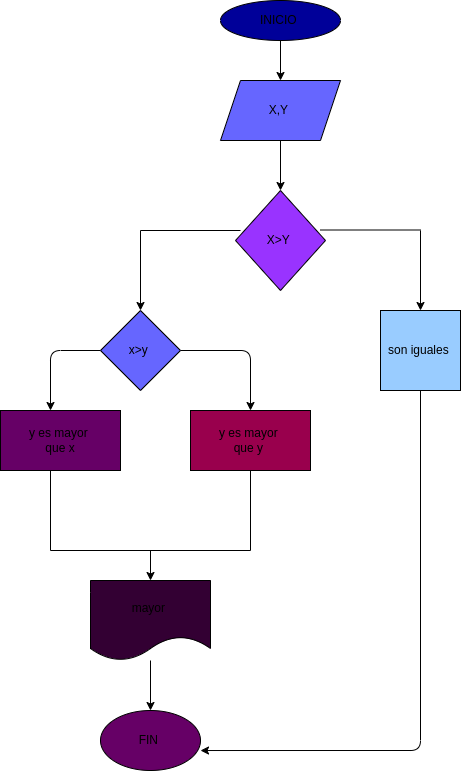
The draw.io diagram diagrama.png in rubycarolinapimiento/mayor_2enteros-, before a commit. Source tidied: cells renumbered, new cells last; positions are measured from the earlier drawing's top-left corner, leaving out a move shared by most shapes.
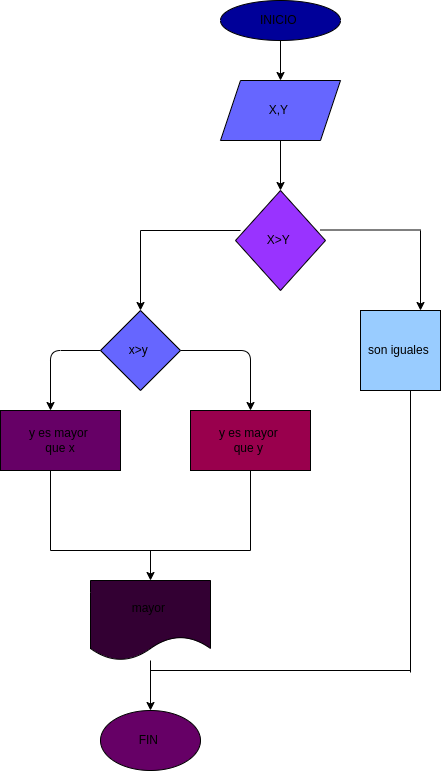
Above is the later version.

Commit message:
se agregan los cambios

Diff of the diagram source:
```diff
@@ -69,15 +69,8 @@
     <mxCell id="16" value="x&amp;gt;y&amp;nbsp;" style="rhombus;whiteSpace=wrap;html=1;fillColor=#6666FF;" parent="1" vertex="1">
       <mxGeometry x="100" y="310" width="80" height="80" as="geometry" />
     </mxCell>
-    <mxCell id="17" style="edgeStyle=none;html=1;entryX=1;entryY=0.667;entryDx=0;entryDy=0;entryPerimeter=0;" parent="1" edge="1" source="18" target="13">
-      <mxGeometry relative="1" as="geometry">
-        <Array as="points">
-          <mxPoint x="420" y="750" />
-        </Array>
-      </mxGeometry>
-    </mxCell>
     <mxCell id="18" value="son iguales&amp;nbsp;" style="whiteSpace=wrap;html=1;fillColor=#99CCFF;" parent="1" vertex="1">
-      <mxGeometry x="380" y="310" width="80" height="80" as="geometry" />
+      <mxGeometry x="360" y="310" width="80" height="80" as="geometry" />
     </mxCell>
     <mxCell id="19" value="y es mayor&amp;nbsp;&lt;br&gt;que y&amp;nbsp;" style="rounded=0;whiteSpace=wrap;html=1;fillColor=#99004D;" parent="1" vertex="1">
       <mxGeometry x="190" y="410" width="120" height="60" as="geometry" />
@@ -91,5 +84,17 @@
     <mxCell id="22" style="shape=partialRectangle;whiteSpace=wrap;html=1;bottom=1;right=1;left=1;top=0;fillColor=none;routingCenterX=-0.5;" parent="1" vertex="1">
       <mxGeometry x="50" y="470" width="200" height="80" as="geometry" />
     </mxCell>
+    <mxCell id="23" style="endArrow=none;html=1;" parent="1" edge="1">
+      <mxGeometry relative="1" as="geometry">
+        <mxPoint x="410" y="672" as="sourcePoint" />
+        <mxPoint x="410" y="390" as="targetPoint" />
+      </mxGeometry>
+    </mxCell>
+    <mxCell id="24" style="endArrow=none;html=1;" parent="1" edge="1">
+      <mxGeometry relative="1" as="geometry">
+        <mxPoint x="150" y="670" as="sourcePoint" />
+        <mxPoint x="410" y="670" as="targetPoint" />
+      </mxGeometry>
+    </mxCell>
   </root>
 </mxGraphModel>
```
